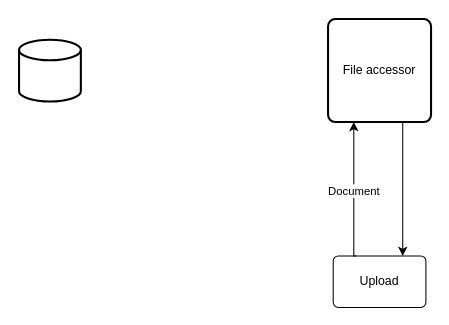
The draw.io diagram Untitled Diagram.drawio in tobi-tobsen-berlin/dgraph, before the edit. Source tidied: cells renumbered, new cells numbered last; positions are measured from the earlier drawing's top-left corner, leaving out a move shared by most shapes. Both pictures are drawn from the tidied source at 103%, with x=0, y=0 at pixel (19, 19).
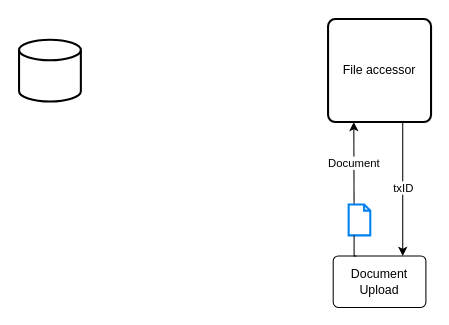
The same page after the edit.

Change to the diagram source:
```diff
@@
 <mxGraphModel>
   <root>
     <mxCell id="0" />
     <mxCell id="1" parent="0" />
     <mxCell id="2" style="strokeWidth=2;html=1;shape=mxgraph.flowchart.database;whiteSpace=wrap;" parent="1" vertex="1">
       <mxGeometry y="20" width="60" height="60" as="geometry" />
     </mxCell>
     <mxCell id="3" value="File accessor" style="rounded=1;whiteSpace=wrap;html=1;absoluteArcSize=1;arcSize=14;strokeWidth=2;" parent="1" vertex="1">
       <mxGeometry x="300" width="100" height="100" as="geometry" />
     </mxCell>
-    <mxCell id="4" value="Upload" style="rounded=1;arcSize=10;whiteSpace=wrap;html=1;align=center;" parent="1" vertex="1">
+    <mxCell id="4" value="Document &lt;br&gt;Upload" style="rounded=1;arcSize=10;whiteSpace=wrap;html=1;align=center;" parent="1" vertex="1">
       <mxGeometry x="305" y="230" width="90" height="50" as="geometry" />
     </mxCell>
-    <mxCell id="5" value="Document" style="edgeStyle=segmentEdgeStyle;endArrow=classic;html=1;rounded=0;exitX=0.25;exitY=0;exitDx=0;exitDy=0;entryX=0.25;entryY=1;entryDx=0;entryDy=0;" parent="1" edge="1" source="4" target="3">
+    <mxCell id="5" value="Document" style="edgeStyle=segmentEdgeStyle;endArrow=classic;html=1;rounded=0;exitX=0.25;exitY=0;exitDx=0;exitDy=0;entryX=0.25;entryY=1;entryDx=0;entryDy=0;startArrow=none;" parent="1" edge="1" source="7" target="3">
       <mxGeometry relative="1" as="geometry" />
     </mxCell>
-    <mxCell id="6" style="edgeStyle=segmentEdgeStyle;endArrow=classic;html=1;rounded=0;exitX=0.75;exitY=1;exitDx=0;exitDy=0;entryX=0.75;entryY=0;entryDx=0;entryDy=0;" parent="1" edge="1" source="3" target="4">
+    <mxCell id="6" value="txID" style="edgeStyle=segmentEdgeStyle;endArrow=classic;html=1;rounded=0;exitX=0.75;exitY=1;exitDx=0;exitDy=0;entryX=0.75;entryY=0;entryDx=0;entryDy=0;" parent="1" edge="1" source="3" target="4">
       <mxGeometry relative="1" as="geometry" />
     </mxCell>
+    <mxCell id="7" style="html=1;verticalLabelPosition=bottom;align=center;labelBackgroundColor=#ffffff;verticalAlign=top;strokeWidth=2;strokeColor=#0080F0;shadow=0;dashed=0;shape=mxgraph.ios7.icons.document;" parent="1" vertex="1">
+      <mxGeometry x="320" y="180" width="21" height="30" as="geometry" />
+    </mxCell>
+    <mxCell id="8" style="edgeStyle=segmentEdgeStyle;endArrow=none;html=1;rounded=0;exitX=0.25;exitY=0;exitDx=0;exitDy=0;entryX=0.25;entryY=1;entryDx=0;entryDy=0;" parent="1" edge="1" source="4" target="7">
+      <mxGeometry relative="1" as="geometry" />
+    </mxCell>
   </root>
 </mxGraphModel>
```
